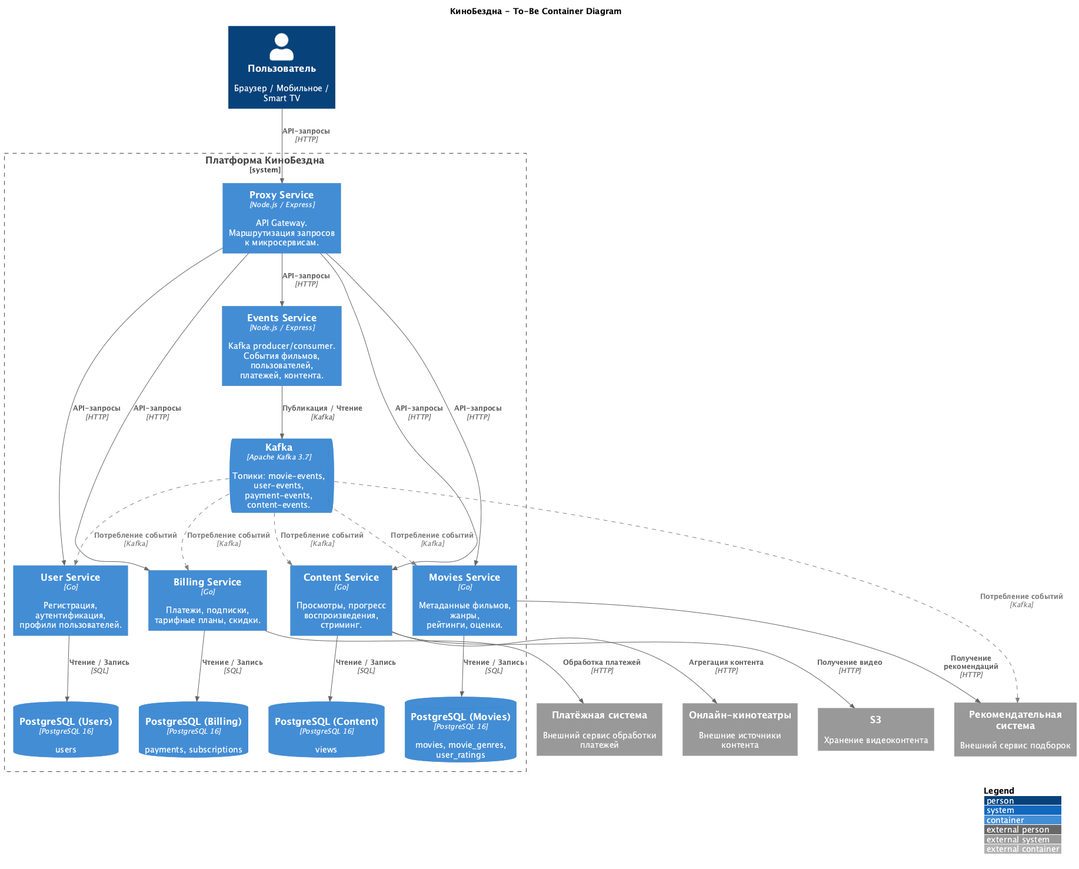
SiritosKon/architecture-cinemaabyss keeps this PlantUML diagram as docs/c4-container-diagram.png. Above is the earlier version.
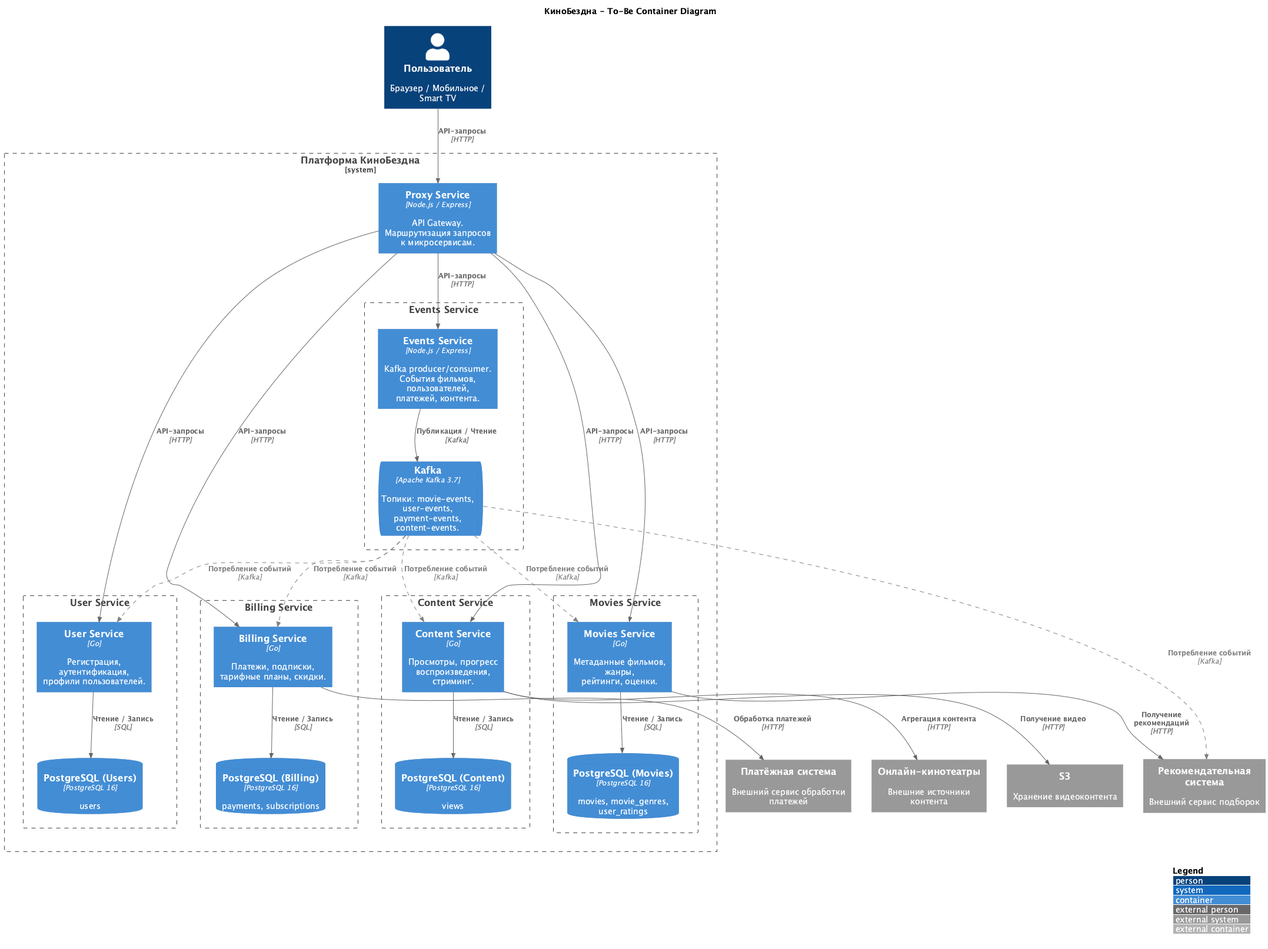
Above is the later version.

Commit message:
fix: encapsulate each microservice with its DB in a boundary block

Diff of the diagram source:
```diff
@@ -19,19 +19,36 @@
 
     Container(proxy, "Proxy Service", "Node.js / Express", "API Gateway.\nМаршрутизация запросов\nк микросервисам.")
 
-    Container(users_svc, "User Service", "Go", "Регистрация, аутентификация,\nпрофили пользователей.")
-    Container(billing, "Billing Service", "Go", "Платежи, подписки,\nтарифные планы, скидки.")
-    Container(content, "Content Service", "Go", "Просмотры, прогресс\nвоспроизведения, стриминг.")
-    Container(movies, "Movies Service", "Go", "Метаданные фильмов, жанры,\nрейтинги, оценки.")
+    Boundary(b_users, "User Service") {
+        Container(users_svc, "User Service", "Go", "Регистрация, аутентификация,\nпрофили пользователей.")
+        ContainerDb(postgres_users, "PostgreSQL (Users)", "PostgreSQL 16", "users")
+    }
 
-    Container(events, "Events Service", "Node.js / Express", "Kafka producer/consumer.\nСобытия фильмов, пользователей,\nплатежей, контента.")
-    ContainerQueue(kafka, "Kafka", "Apache Kafka 3.7", "Топики: movie-events,\nuser-events, payment-events,\ncontent-events.")
+    Boundary(b_billing, "Billing Service") {
+        Container(billing, "Billing Service", "Go", "Платежи, подписки,\nтарифные планы, скидки.")
+        ContainerDb(postgres_billing, "PostgreSQL (Billing)", "PostgreSQL 16", "payments, subscriptions")
+    }
 
-    ContainerDb(postgres_users, "PostgreSQL (Users)", "PostgreSQL 16", "users")
-    ContainerDb(postgres_billing, "PostgreSQL (Billing)", "PostgreSQL 16", "payments, subscriptions")
-    ContainerDb(postgres_content, "PostgreSQL (Content)", "PostgreSQL 16", "views")
-    ContainerDb(postgres_movies, "PostgreSQL (Movies)", "PostgreSQL 16", "movies, movie_genres,\nuser_ratings")
+    Boundary(b_content, "Content Service") {
+        Container(content, "Content Service", "Go", "Просмотры, прогресс\nвоспроизведения, стриминг.")
+        ContainerDb(postgres_content, "PostgreSQL (Content)", "PostgreSQL 16", "views")
+    }
+
+    Boundary(b_movies, "Movies Service") {
+        Container(movies, "Movies Service", "Go", "Метаданные фильмов, жанры,\nрейтинги, оценки.")
+        ContainerDb(postgres_movies, "PostgreSQL (Movies)", "PostgreSQL 16", "movies, movie_genres,\nuser_ratings")
+    }
+
+    Boundary(b_events, "Events Service") {
+        Container(events, "Events Service", "Node.js / Express", "Kafka producer/consumer.\nСобытия фильмов, пользователей,\nплатежей, контента.")
+        ContainerQueue(kafka, "Kafka", "Apache Kafka 3.7", "Топики: movie-events,\nuser-events, payment-events,\ncontent-events.")
+    }
 }
+
+Lay_R(b_users, b_billing)
+Lay_R(b_billing, b_content)
+Lay_R(b_content, b_movies)
+Lay_R(b_movies, b_events)
 
 Rel_D(user, proxy, "API-запросы", "HTTP")
 
@@ -45,7 +62,6 @@
 Rel_D(billing, postgres_billing, "Чтение / Запись", "SQL")
 Rel_D(content, postgres_content, "Чтение / Запись", "SQL")
 Rel_D(movies, postgres_movies, "Чтение / Запись", "SQL")
-
 Rel_D(events, kafka, "Публикация / Чтение", "Kafka")
 
 Rel(billing, payment, "Обработка платежей", "HTTP")
```
